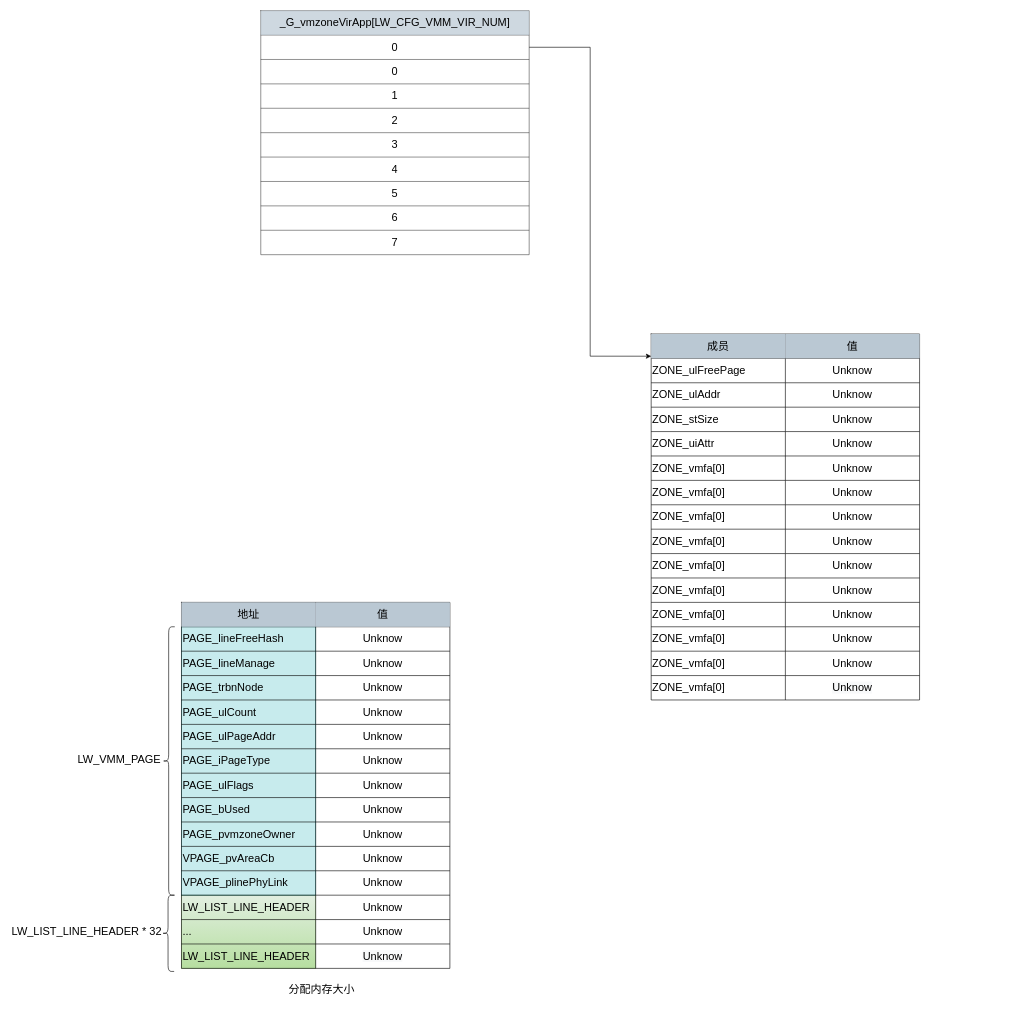
peng-fan/drawio keeps this draw.io diagram as page "__pageZoneCreate" (15 of 15) of draw/mips中断亲和度.drawio. Above is the earlier version. Source tidied: cells renumbered, new cells numbered last; positions are measured from the earlier drawing's top-left corner, leaving out a move shared by most shapes. Both pictures are drawn from the tidied source at 61%, with x=0, y=0 at pixel (10, 10).
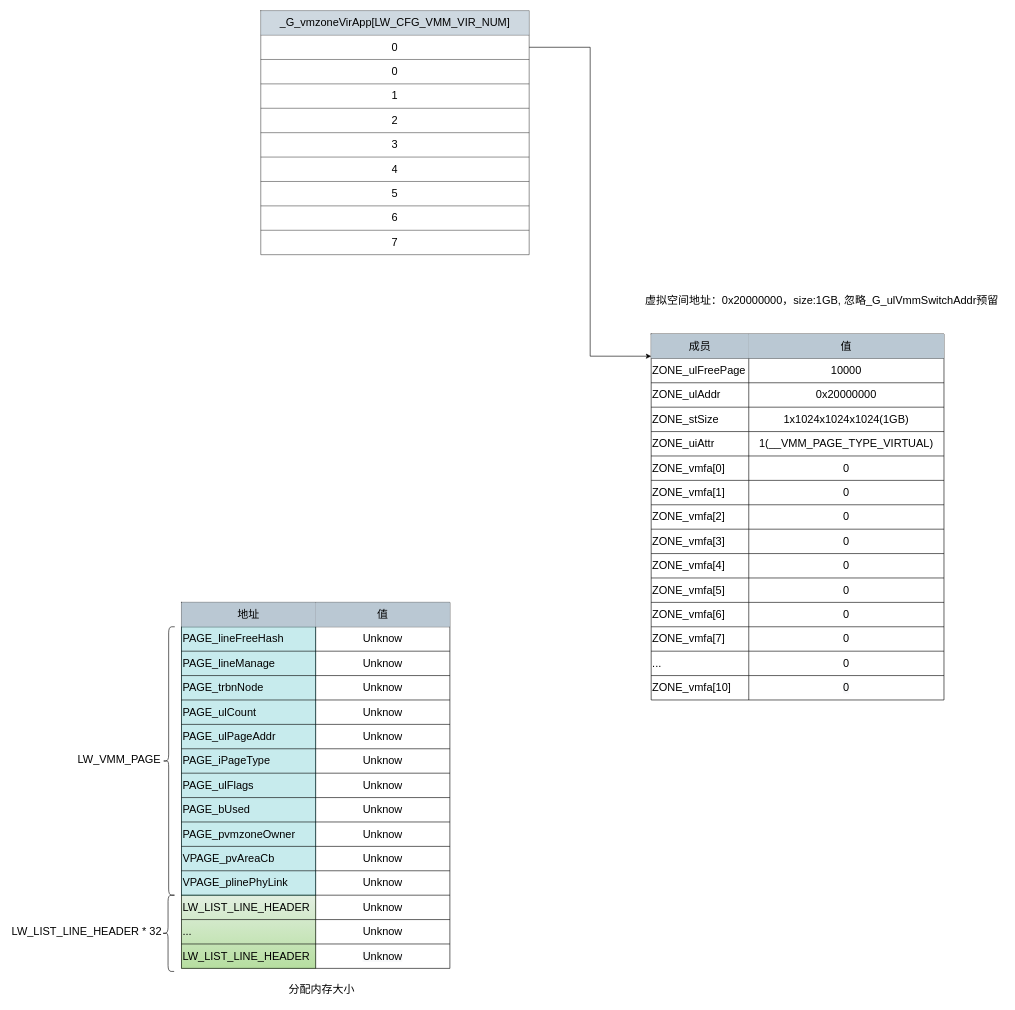
Above is the later version.

Commit message (it also covers changes not shown here):
Update mips中断亲和度.drawio

Change to the diagram source:
```diff
@@
     <mxCell id="76" style="shape=table;startSize=0;childLayout=tableLayout;fontSize=18;strokeColor=default;fillColor=none;align=left;" parent="1" vertex="1">
-      <mxGeometry x="1050" y="530" width="440" height="600" as="geometry" />
+      <mxGeometry x="1050" y="530" width="480" height="600" as="geometry" />
     </mxCell>
     <mxCell id="77" style="shape=partialRectangle;fillColor=none;top=0;left=0;bottom=0;right=0;fontSize=18;strokeColor=default;" parent="76" vertex="1">
-      <mxGeometry width="440" height="40" as="geometry" />
+      <mxGeometry width="480" height="40" as="geometry" />
     </mxCell>
     <mxCell id="78" value="成员" style="shape=partialRectangle;html=1;whiteSpace=wrap;overflow=hidden;fillColor=#bac8d3;top=0;left=0;bottom=0;right=0;fontSize=18;strokeColor=#23445d;align=center;" parent="77" vertex="1">
-      <mxGeometry width="220" height="40" as="geometry" />
+      <mxGeometry width="160" height="40" as="geometry" />
     </mxCell>
     <mxCell id="79" value="值" style="shape=partialRectangle;html=1;whiteSpace=wrap;overflow=hidden;fillColor=#bac8d3;top=0;left=0;bottom=0;right=0;fontSize=18;strokeColor=#23445d;align=center;" parent="77" vertex="1">
-      <mxGeometry x="220" width="220" height="40" as="geometry" />
+      <mxGeometry x="160" width="320" height="40" as="geometry" />
     </mxCell>
     <mxCell id="80" style="shape=partialRectangle;fillColor=none;top=0;left=0;bottom=0;right=0;points=[[0,0.5],[1,0.5]];portConstraint=eastwest;fontSize=18;strokeColor=default;" parent="76" vertex="1">
-      <mxGeometry y="40" width="440" height="40" as="geometry" />
+      <mxGeometry y="40" width="480" height="40" as="geometry" />
     </mxCell>
     <mxCell id="81" value="ZONE_ulFreePage" style="shape=partialRectangle;html=1;whiteSpace=wrap;overflow=hidden;fillColor=none;top=0;left=0;bottom=0;right=0;fontSize=18;strokeColor=default;align=left;" parent="80" vertex="1">
-      <mxGeometry width="220" height="40" as="geometry" />
+      <mxGeometry width="160" height="40" as="geometry" />
     </mxCell>
-    <mxCell id="82" value="Unknow" style="shape=partialRectangle;html=1;whiteSpace=wrap;overflow=hidden;fillColor=none;top=0;left=0;bottom=0;right=0;fontSize=18;strokeColor=default;align=center;" parent="80" vertex="1">
-      <mxGeometry x="220" width="220" height="40" as="geometry" />
+    <mxCell id="82" value="10000" style="shape=partialRectangle;html=1;whiteSpace=wrap;overflow=hidden;fillColor=none;top=0;left=0;bottom=0;right=0;fontSize=18;strokeColor=default;align=center;" parent="80" vertex="1">
+      <mxGeometry x="160" width="320" height="40" as="geometry" />
     </mxCell>
     <mxCell id="83" style="shape=partialRectangle;fillColor=none;top=0;left=0;bottom=0;right=0;fontSize=18;strokeColor=default;" parent="76" vertex="1">
-      <mxGeometry y="80" width="440" height="40" as="geometry" />
+      <mxGeometry y="80" width="480" height="40" as="geometry" />
     </mxCell>
     <mxCell id="84" value="ZONE_ulAddr" style="shape=partialRectangle;html=1;whiteSpace=wrap;overflow=hidden;fillColor=none;top=0;left=0;bottom=0;right=0;fontSize=18;strokeColor=default;align=left;" parent="83" vertex="1">
-      <mxGeometry width="220" height="40" as="geometry" />
+      <mxGeometry width="160" height="40" as="geometry" />
     </mxCell>
-    <mxCell id="85" value="&lt;span style=&quot;&quot;&gt;Unknow&lt;/span&gt;" style="shape=partialRectangle;html=1;whiteSpace=wrap;overflow=hidden;fillColor=none;top=0;left=0;bottom=0;right=0;fontSize=18;strokeColor=default;align=center;" parent="83" vertex="1">
-      <mxGeometry x="220" width="220" height="40" as="geometry" />
+    <mxCell id="85" value="0x20000000" style="shape=partialRectangle;html=1;whiteSpace=wrap;overflow=hidden;fillColor=none;top=0;left=0;bottom=0;right=0;fontSize=18;strokeColor=default;align=center;" parent="83" vertex="1">
+      <mxGeometry x="160" width="320" height="40" as="geometry" />
     </mxCell>
     <mxCell id="86" style="shape=partialRectangle;fillColor=none;top=0;left=0;bottom=0;right=0;fontSize=18;strokeColor=default;" parent="76" vertex="1">
-      <mxGeometry y="120" width="440" height="40" as="geometry" />
+      <mxGeometry y="120" width="480" height="40" as="geometry" />
     </mxCell>
     <mxCell id="87" value="ZONE_stSize" style="shape=partialRectangle;html=1;whiteSpace=wrap;overflow=hidden;fillColor=none;top=0;left=0;bottom=0;right=0;fontSize=18;strokeColor=default;align=left;" parent="86" vertex="1">
-      <mxGeometry width="220" height="40" as="geometry" />
+      <mxGeometry width="160" height="40" as="geometry" />
     </mxCell>
-    <mxCell id="88" value="&lt;span style=&quot;&quot;&gt;Unknow&lt;/span&gt;" style="shape=partialRectangle;html=1;whiteSpace=wrap;overflow=hidden;fillColor=none;top=0;left=0;bottom=0;right=0;fontSize=18;strokeColor=default;align=center;" parent="86" vertex="1">
-      <mxGeometry x="220" width="220" height="40" as="geometry" />
+    <mxCell id="88" value="&lt;span&gt;1x1024x1024x1024(1GB)&lt;/span&gt;" style="shape=partialRectangle;html=1;whiteSpace=wrap;overflow=hidden;fillColor=none;top=0;left=0;bottom=0;right=0;fontSize=18;strokeColor=default;align=center;" parent="86" vertex="1">
+      <mxGeometry x="160" width="320" height="40" as="geometry" />
     </mxCell>
     <mxCell id="89" style="shape=partialRectangle;fillColor=none;top=0;left=0;bottom=0;right=0;fontSize=18;strokeColor=default;" parent="76" vertex="1">
-      <mxGeometry y="160" width="440" height="40" as="geometry" />
+      <mxGeometry y="160" width="480" height="40" as="geometry" />
     </mxCell>
     <mxCell id="90" value="ZONE_uiAttr" style="shape=partialRectangle;html=1;whiteSpace=wrap;overflow=hidden;fillColor=none;top=0;left=0;bottom=0;right=0;fontSize=18;strokeColor=default;align=left;" parent="89" vertex="1">
-      <mxGeometry width="220" height="40" as="geometry" />
+      <mxGeometry width="160" height="40" as="geometry" />
     </mxCell>
-    <mxCell id="91" value="&lt;span style=&quot;&quot;&gt;Unknow&lt;/span&gt;" style="shape=partialRectangle;html=1;whiteSpace=wrap;overflow=hidden;fillColor=none;top=0;left=0;bottom=0;right=0;fontSize=18;strokeColor=default;align=center;" parent="89" vertex="1">
-      <mxGeometry x="220" width="220" height="40" as="geometry" />
+    <mxCell id="91" value="&lt;span&gt;1(__VMM_PAGE_TYPE_VIRTUAL)&lt;/span&gt;" style="shape=partialRectangle;html=1;whiteSpace=wrap;overflow=hidden;fillColor=none;top=0;left=0;bottom=0;right=0;fontSize=18;strokeColor=default;align=center;" parent="89" vertex="1">
+      <mxGeometry x="160" width="320" height="40" as="geometry" />
     </mxCell>
     <mxCell id="92" style="shape=partialRectangle;fillColor=none;top=0;left=0;bottom=0;right=0;fontSize=18;strokeColor=default;" parent="76" vertex="1">
-      <mxGeometry y="200" width="440" height="40" as="geometry" />
+      <mxGeometry y="200" width="480" height="40" as="geometry" />
     </mxCell>
     <mxCell id="93" value="ZONE_vmfa[0]" style="shape=partialRectangle;html=1;whiteSpace=wrap;overflow=hidden;fillColor=none;top=0;left=0;bottom=0;right=0;fontSize=18;strokeColor=default;align=left;" parent="92" vertex="1">
-      <mxGeometry width="220" height="40" as="geometry" />
+      <mxGeometry width="160" height="40" as="geometry" />
     </mxCell>
-    <mxCell id="94" value="&lt;span style=&quot;&quot;&gt;Unknow&lt;/span&gt;" style="shape=partialRectangle;html=1;whiteSpace=wrap;overflow=hidden;fillColor=none;top=0;left=0;bottom=0;right=0;fontSize=18;strokeColor=default;align=center;" parent="92" vertex="1">
-      <mxGeometry x="220" width="220" height="40" as="geometry" />
+    <mxCell id="94" value="&lt;span&gt;0&lt;/span&gt;" style="shape=partialRectangle;html=1;whiteSpace=wrap;overflow=hidden;fillColor=none;top=0;left=0;bottom=0;right=0;fontSize=18;strokeColor=default;align=center;" parent="92" vertex="1">
+      <mxGeometry x="160" width="320" height="40" as="geometry" />
     </mxCell>
     <mxCell id="95" style="shape=partialRectangle;fillColor=none;top=0;left=0;bottom=0;right=0;fontSize=18;strokeColor=default;" parent="76" vertex="1">
-      <mxGeometry y="240" width="440" height="40" as="geometry" />
+      <mxGeometry y="240" width="480" height="40" as="geometry" />
     </mxCell>
-    <mxCell id="96" value="ZONE_vmfa[0]" style="shape=partialRectangle;html=1;whiteSpace=wrap;overflow=hidden;fillColor=none;top=0;left=0;bottom=0;right=0;fontSize=18;strokeColor=default;align=left;" parent="95" vertex="1">
-      <mxGeometry width="220" height="40" as="geometry" />
+    <mxCell id="96" value="ZONE_vmfa[1]" style="shape=partialRectangle;html=1;whiteSpace=wrap;overflow=hidden;fillColor=none;top=0;left=0;bottom=0;right=0;fontSize=18;strokeColor=default;align=left;" parent="95" vertex="1">
+      <mxGeometry width="160" height="40" as="geometry" />
     </mxCell>
-    <mxCell id="97" value="&lt;span style=&quot;&quot;&gt;Unknow&lt;/span&gt;" style="shape=partialRectangle;html=1;whiteSpace=wrap;overflow=hidden;fillColor=none;top=0;left=0;bottom=0;right=0;fontSize=18;strokeColor=default;align=center;" parent="95" vertex="1">
-      <mxGeometry x="220" width="220" height="40" as="geometry" />
+    <mxCell id="97" value="&lt;span&gt;0&lt;/span&gt;" style="shape=partialRectangle;html=1;whiteSpace=wrap;overflow=hidden;fillColor=none;top=0;left=0;bottom=0;right=0;fontSize=18;strokeColor=default;align=center;" parent="95" vertex="1">
+      <mxGeometry x="160" width="320" height="40" as="geometry" />
     </mxCell>
     <mxCell id="98" style="shape=partialRectangle;fillColor=none;top=0;left=0;bottom=0;right=0;fontSize=18;strokeColor=default;" parent="76" vertex="1">
-      <mxGeometry y="280" width="440" height="40" as="geometry" />
+      <mxGeometry y="280" width="480" height="40" as="geometry" />
     </mxCell>
-    <mxCell id="99" value="ZONE_vmfa[0]" style="shape=partialRectangle;html=1;whiteSpace=wrap;overflow=hidden;fillColor=none;top=0;left=0;bottom=0;right=0;fontSize=18;strokeColor=default;align=left;" parent="98" vertex="1">
-      <mxGeometry width="220" height="40" as="geometry" />
+    <mxCell id="99" value="ZONE_vmfa[2]" style="shape=partialRectangle;html=1;whiteSpace=wrap;overflow=hidden;fillColor=none;top=0;left=0;bottom=0;right=0;fontSize=18;strokeColor=default;align=left;" parent="98" vertex="1">
+      <mxGeometry width="160" height="40" as="geometry" />
     </mxCell>
-    <mxCell id="100" value="&lt;span style=&quot;&quot;&gt;Unknow&lt;/span&gt;" style="shape=partialRectangle;html=1;whiteSpace=wrap;overflow=hidden;fillColor=none;top=0;left=0;bottom=0;right=0;fontSize=18;strokeColor=default;align=center;" parent="98" vertex="1">
-      <mxGeometry x="220" width="220" height="40" as="geometry" />
+    <mxCell id="100" value="&lt;span&gt;0&lt;/span&gt;" style="shape=partialRectangle;html=1;whiteSpace=wrap;overflow=hidden;fillColor=none;top=0;left=0;bottom=0;right=0;fontSize=18;strokeColor=default;align=center;" parent="98" vertex="1">
+      <mxGeometry x="160" width="320" height="40" as="geometry" />
     </mxCell>
     <mxCell id="101" style="shape=partialRectangle;fillColor=none;top=0;left=0;bottom=0;right=0;fontSize=18;strokeColor=default;" parent="76" vertex="1">
-      <mxGeometry y="320" width="440" height="40" as="geometry" />
+      <mxGeometry y="320" width="480" height="40" as="geometry" />
     </mxCell>
-    <mxCell id="102" value="ZONE_vmfa[0]" style="shape=partialRectangle;html=1;whiteSpace=wrap;overflow=hidden;fillColor=none;top=0;left=0;bottom=0;right=0;fontSize=18;strokeColor=default;align=left;" parent="101" vertex="1">
-      <mxGeometry width="220" height="40" as="geometry" />
+    <mxCell id="102" value="ZONE_vmfa[3]" style="shape=partialRectangle;html=1;whiteSpace=wrap;overflow=hidden;fillColor=none;top=0;left=0;bottom=0;right=0;fontSize=18;strokeColor=default;align=left;" parent="101" vertex="1">
+      <mxGeometry width="160" height="40" as="geometry" />
     </mxCell>
-    <mxCell id="103" value="&lt;span style=&quot;&quot;&gt;Unknow&lt;/span&gt;" style="shape=partialRectangle;html=1;whiteSpace=wrap;overflow=hidden;fillColor=none;top=0;left=0;bottom=0;right=0;fontSize=18;strokeColor=default;align=center;" parent="101" vertex="1">
-      <mxGeometry x="220" width="220" height="40" as="geometry" />
+    <mxCell id="103" value="&lt;span&gt;0&lt;/span&gt;" style="shape=partialRectangle;html=1;whiteSpace=wrap;overflow=hidden;fillColor=none;top=0;left=0;bottom=0;right=0;fontSize=18;strokeColor=default;align=center;" parent="101" vertex="1">
+      <mxGeometry x="160" width="320" height="40" as="geometry" />
     </mxCell>
     <mxCell id="104" style="shape=partialRectangle;fillColor=none;top=0;left=0;bottom=0;right=0;fontSize=18;strokeColor=default;" parent="76" vertex="1">
-      <mxGeometry y="360" width="440" height="40" as="geometry" />
+      <mxGeometry y="360" width="480" height="40" as="geometry" />
     </mxCell>
-    <mxCell id="105" value="ZONE_vmfa[0]" style="shape=partialRectangle;html=1;whiteSpace=wrap;overflow=hidden;fillColor=none;top=0;left=0;bottom=0;right=0;fontSize=18;strokeColor=default;align=left;" parent="104" vertex="1">
-      <mxGeometry width="220" height="40" as="geometry" />
+    <mxCell id="105" value="ZONE_vmfa[4]" style="shape=partialRectangle;html=1;whiteSpace=wrap;overflow=hidden;fillColor=none;top=0;left=0;bottom=0;right=0;fontSize=18;strokeColor=default;align=left;" parent="104" vertex="1">
+      <mxGeometry width="160" height="40" as="geometry" />
     </mxCell>
-    <mxCell id="106" value="&lt;span style=&quot;&quot;&gt;Unknow&lt;/span&gt;" style="shape=partialRectangle;html=1;whiteSpace=wrap;overflow=hidden;fillColor=none;top=0;left=0;bottom=0;right=0;fontSize=18;strokeColor=default;align=center;" parent="104" vertex="1">
-      <mxGeometry x="220" width="220" height="40" as="geometry" />
+    <mxCell id="106" value="&lt;span&gt;0&lt;/span&gt;" style="shape=partialRectangle;html=1;whiteSpace=wrap;overflow=hidden;fillColor=none;top=0;left=0;bottom=0;right=0;fontSize=18;strokeColor=default;align=center;" parent="104" vertex="1">
+      <mxGeometry x="160" width="320" height="40" as="geometry" />
     </mxCell>
     <mxCell id="107" style="shape=partialRectangle;fillColor=none;top=0;left=0;bottom=0;right=0;fontSize=18;strokeColor=default;" parent="76" vertex="1">
-      <mxGeometry y="400" width="440" height="40" as="geometry" />
+      <mxGeometry y="400" width="480" height="40" as="geometry" />
     </mxCell>
-    <mxCell id="108" value="ZONE_vmfa[0]" style="shape=partialRectangle;html=1;whiteSpace=wrap;overflow=hidden;fillColor=none;top=0;left=0;bottom=0;right=0;fontSize=18;strokeColor=default;align=left;" parent="107" vertex="1">
-      <mxGeometry width="220" height="40" as="geometry" />
+    <mxCell id="108" value="ZONE_vmfa[5]" style="shape=partialRectangle;html=1;whiteSpace=wrap;overflow=hidden;fillColor=none;top=0;left=0;bottom=0;right=0;fontSize=18;strokeColor=default;align=left;" parent="107" vertex="1">
+      <mxGeometry width="160" height="40" as="geometry" />
     </mxCell>
-    <mxCell id="109" value="&lt;span style=&quot;&quot;&gt;Unknow&lt;/span&gt;" style="shape=partialRectangle;html=1;whiteSpace=wrap;overflow=hidden;fillColor=none;top=0;left=0;bottom=0;right=0;fontSize=18;strokeColor=default;align=center;" parent="107" vertex="1">
-      <mxGeometry x="220" width="220" height="40" as="geometry" />
+    <mxCell id="109" value="&lt;span&gt;0&lt;/span&gt;" style="shape=partialRectangle;html=1;whiteSpace=wrap;overflow=hidden;fillColor=none;top=0;left=0;bottom=0;right=0;fontSize=18;strokeColor=default;align=center;" parent="107" vertex="1">
+      <mxGeometry x="160" width="320" height="40" as="geometry" />
     </mxCell>
     <mxCell id="110" style="shape=partialRectangle;fillColor=none;top=0;left=0;bottom=0;right=0;fontSize=18;strokeColor=default;" parent="76" vertex="1">
-      <mxGeometry y="440" width="440" height="40" as="geometry" />
+      <mxGeometry y="440" width="480" height="40" as="geometry" />
     </mxCell>
-    <mxCell id="111" value="ZONE_vmfa[0]" style="shape=partialRectangle;html=1;whiteSpace=wrap;overflow=hidden;fillColor=none;top=0;left=0;bottom=0;right=0;fontSize=18;strokeColor=default;align=left;" parent="110" vertex="1">
-      <mxGeometry width="220" height="40" as="geometry" />
+    <mxCell id="111" value="ZONE_vmfa[6]" style="shape=partialRectangle;html=1;whiteSpace=wrap;overflow=hidden;fillColor=none;top=0;left=0;bottom=0;right=0;fontSize=18;strokeColor=default;align=left;" parent="110" vertex="1">
+      <mxGeometry width="160" height="40" as="geometry" />
     </mxCell>
-    <mxCell id="112" value="&lt;span style=&quot;&quot;&gt;Unknow&lt;/span&gt;" style="shape=partialRectangle;html=1;whiteSpace=wrap;overflow=hidden;fillColor=none;top=0;left=0;bottom=0;right=0;fontSize=18;strokeColor=default;align=center;" parent="110" vertex="1">
-      <mxGeometry x="220" width="220" height="40" as="geometry" />
+    <mxCell id="112" value="&lt;span&gt;0&lt;/span&gt;" style="shape=partialRectangle;html=1;whiteSpace=wrap;overflow=hidden;fillColor=none;top=0;left=0;bottom=0;right=0;fontSize=18;strokeColor=default;align=center;" parent="110" vertex="1">
+      <mxGeometry x="160" width="320" height="40" as="geometry" />
     </mxCell>
     <mxCell id="113" style="shape=partialRectangle;fillColor=none;top=0;left=0;bottom=0;right=0;fontSize=18;strokeColor=default;" parent="76" vertex="1">
-      <mxGeometry y="480" width="440" height="40" as="geometry" />
+      <mxGeometry y="480" width="480" height="40" as="geometry" />
     </mxCell>
-    <mxCell id="114" value="&lt;span&gt;ZONE_vmfa[0]&lt;/span&gt;" style="shape=partialRectangle;html=1;whiteSpace=wrap;overflow=hidden;fillColor=none;top=0;left=0;bottom=0;right=0;fontSize=18;strokeColor=default;align=left;" parent="113" vertex="1">
-      <mxGeometry width="220" height="40" as="geometry" />
+    <mxCell id="114" value="&lt;span&gt;ZONE_vmfa[7]&lt;/span&gt;" style="shape=partialRectangle;html=1;whiteSpace=wrap;overflow=hidden;fillColor=none;top=0;left=0;bottom=0;right=0;fontSize=18;strokeColor=default;align=left;" parent="113" vertex="1">
+      <mxGeometry width="160" height="40" as="geometry" />
     </mxCell>
-    <mxCell id="115" value="&lt;span style=&quot;&quot;&gt;Unknow&lt;/span&gt;" style="shape=partialRectangle;html=1;whiteSpace=wrap;overflow=hidden;fillColor=none;top=0;left=0;bottom=0;right=0;fontSize=18;strokeColor=default;align=center;" parent="113" vertex="1">
-      <mxGeometry x="220" width="220" height="40" as="geometry" />
+    <mxCell id="115" value="&lt;span&gt;0&lt;/span&gt;" style="shape=partialRectangle;html=1;whiteSpace=wrap;overflow=hidden;fillColor=none;top=0;left=0;bottom=0;right=0;fontSize=18;strokeColor=default;align=center;" parent="113" vertex="1">
+      <mxGeometry x="160" width="320" height="40" as="geometry" />
     </mxCell>
     <mxCell id="116" style="shape=partialRectangle;fillColor=none;top=0;left=0;bottom=0;right=0;fontSize=18;strokeColor=default;" parent="76" vertex="1">
-      <mxGeometry y="520" width="440" height="40" as="geometry" />
+      <mxGeometry y="520" width="480" height="40" as="geometry" />
     </mxCell>
-    <mxCell id="117" value="ZONE_vmfa[0]" style="shape=partialRectangle;html=1;whiteSpace=wrap;overflow=hidden;fillColor=none;top=0;left=0;bottom=0;right=0;fontSize=18;strokeColor=default;align=left;" parent="116" vertex="1">
-      <mxGeometry width="220" height="40" as="geometry" />
+    <mxCell id="117" value="..." style="shape=partialRectangle;html=1;whiteSpace=wrap;overflow=hidden;fillColor=none;top=0;left=0;bottom=0;right=0;fontSize=18;strokeColor=default;align=left;" parent="116" vertex="1">
+      <mxGeometry width="160" height="40" as="geometry" />
     </mxCell>
-    <mxCell id="118" value="&lt;span style=&quot;&quot;&gt;Unknow&lt;/span&gt;" style="shape=partialRectangle;html=1;whiteSpace=wrap;overflow=hidden;fillColor=none;top=0;left=0;bottom=0;right=0;fontSize=18;strokeColor=default;align=center;" parent="116" vertex="1">
-      <mxGeometry x="220" width="220" height="40" as="geometry" />
+    <mxCell id="118" value="&lt;span&gt;0&lt;/span&gt;" style="shape=partialRectangle;html=1;whiteSpace=wrap;overflow=hidden;fillColor=none;top=0;left=0;bottom=0;right=0;fontSize=18;strokeColor=default;align=center;" parent="116" vertex="1">
+      <mxGeometry x="160" width="320" height="40" as="geometry" />
     </mxCell>
     <mxCell id="119" style="shape=partialRectangle;fillColor=none;top=0;left=0;bottom=0;right=0;fontSize=18;strokeColor=default;" parent="76" vertex="1">
-      <mxGeometry y="560" width="440" height="40" as="geometry" />
+      <mxGeometry y="560" width="480" height="40" as="geometry" />
     </mxCell>
-    <mxCell id="120" value="ZONE_vmfa[0]" style="shape=partialRectangle;html=1;whiteSpace=wrap;overflow=hidden;fillColor=none;top=0;left=0;bottom=0;right=0;fontSize=18;strokeColor=default;align=left;" parent="119" vertex="1">
-      <mxGeometry width="220" height="40" as="geometry" />
+    <mxCell id="120" value="ZONE_vmfa[10]" style="shape=partialRectangle;html=1;whiteSpace=wrap;overflow=hidden;fillColor=none;top=0;left=0;bottom=0;right=0;fontSize=18;strokeColor=default;align=left;" parent="119" vertex="1">
+      <mxGeometry width="160" height="40" as="geometry" />
     </mxCell>
-    <mxCell id="121" value="&lt;span style=&quot;color: rgb(0 , 0 , 0) ; font-family: &amp;#34;helvetica&amp;#34; ; font-size: 18px ; font-style: normal ; font-weight: 400 ; letter-spacing: normal ; text-indent: 0px ; text-transform: none ; word-spacing: 0px ; background-color: rgb(248 , 249 , 250) ; display: inline ; float: none&quot;&gt;Unknow&lt;/span&gt;" style="shape=partialRectangle;html=1;whiteSpace=wrap;overflow=hidden;fillColor=none;top=0;left=0;bottom=0;right=0;fontSize=18;strokeColor=default;align=center;" parent="119" vertex="1">
-      <mxGeometry x="220" width="220" height="40" as="geometry" />
+    <mxCell id="121" value="&lt;span style=&quot;color: rgb(0 , 0 , 0) ; font-family: &amp;#34;helvetica&amp;#34; ; font-size: 18px ; font-style: normal ; font-weight: 400 ; letter-spacing: normal ; text-indent: 0px ; text-transform: none ; word-spacing: 0px ; background-color: rgb(248 , 249 , 250) ; display: inline ; float: none&quot;&gt;0&lt;/span&gt;" style="shape=partialRectangle;html=1;whiteSpace=wrap;overflow=hidden;fillColor=none;top=0;left=0;bottom=0;right=0;fontSize=18;strokeColor=default;align=center;" parent="119" vertex="1">
+      <mxGeometry x="160" width="320" height="40" as="geometry" />
     </mxCell>
@@
+    <mxCell id="123" value="虚拟空间地址：0x20000000，size:1GB, 忽略_G_ulVmmSwitchAddr预留" style="text;html=1;strokeColor=none;fillColor=none;align=center;verticalAlign=middle;whiteSpace=wrap;rounded=0;fontSize=18;opacity=70;" parent="1" vertex="1">
+      <mxGeometry x="1030" y="460" width="600" height="30" as="geometry" />
+    </mxCell>
```
